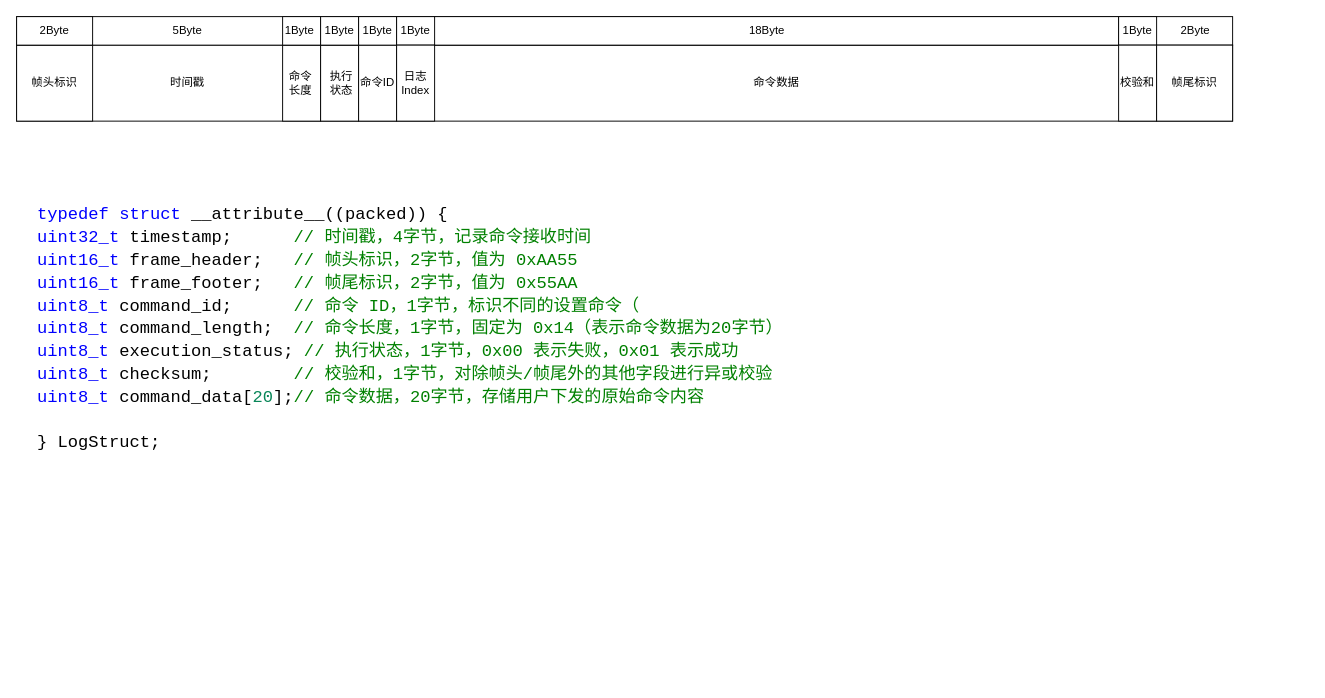
The draw.io diagram page "第 3 页" (3 of 11) of 未命名绘图1.drawio in WHUT-LHT/hello-world, before the edit. Source tidied: cells renumbered, new cells numbered last; positions are measured from the earlier drawing's top-left corner, leaving out a move shared by most shapes. Both pictures are drawn from the tidied source at 95%, with x=0, y=0 at pixel (16, 16).
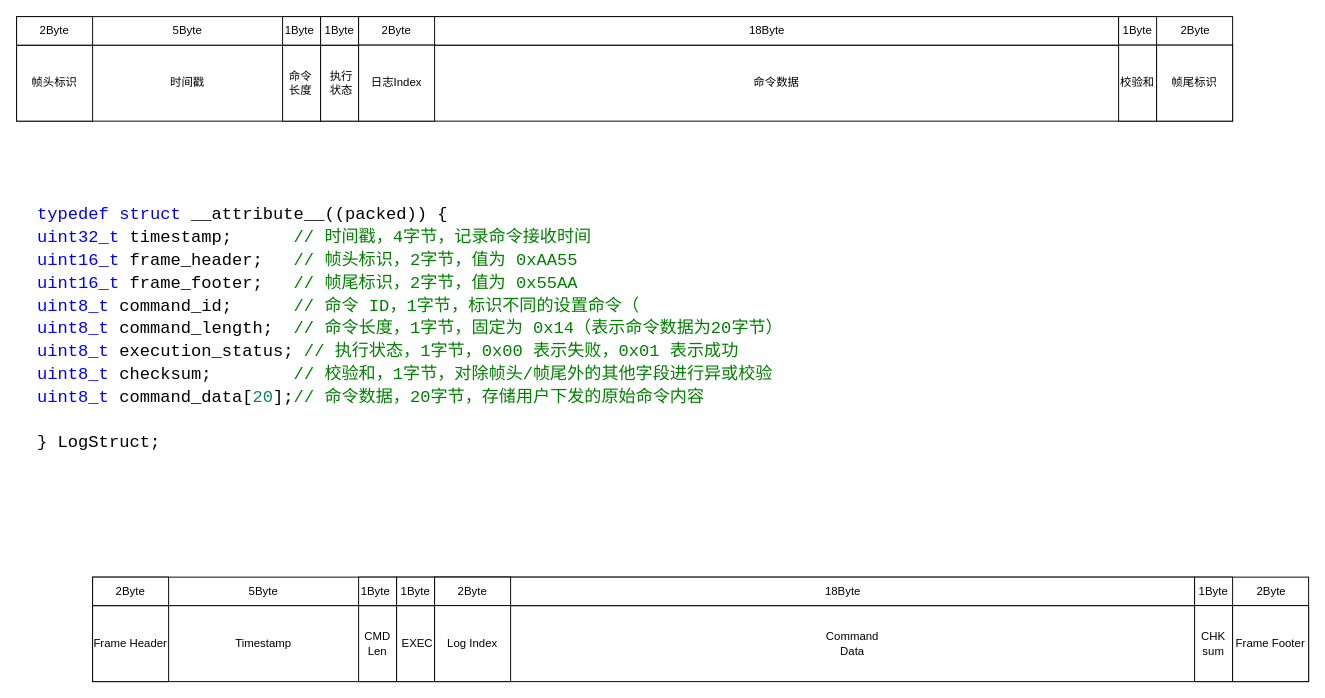
After the change.

What changed in the source:
```diff
@@
-    <mxCell id="21" value="命令ID" style="rounded=0;whiteSpace=wrap;html=1;" parent="1" vertex="1">
-      <mxGeometry x="360" y="30" width="40" height="80" as="geometry" />
-    </mxCell>
     <mxCell id="22" style="rounded=0;whiteSpace=wrap;html=1;" parent="1" vertex="1">
-      <mxGeometry x="360" width="40" height="30" as="geometry" />
+      <mxGeometry x="360" width="80" height="30" as="geometry" />
     </mxCell>
-    <mxCell id="23" value="1Byte" style="text;html=1;align=center;verticalAlign=middle;whiteSpace=wrap;rounded=0;" parent="1" vertex="1">
-      <mxGeometry x="350" width="60" height="30" as="geometry" />
+    <mxCell id="23" value="2Byte" style="text;html=1;align=center;verticalAlign=middle;whiteSpace=wrap;rounded=0;" parent="1" vertex="1">
+      <mxGeometry x="355" width="90" height="30" as="geometry" />
     </mxCell>
@@
-    <mxCell id="25" style="rounded=0;whiteSpace=wrap;html=1;" parent="1" vertex="1">
-      <mxGeometry x="400" width="40" height="30" as="geometry" />
-    </mxCell>
-    <mxCell id="26" value="1Byte" style="text;html=1;align=center;verticalAlign=middle;whiteSpace=wrap;rounded=0;" parent="1" vertex="1">
-      <mxGeometry x="390" width="60" height="30" as="geometry" />
-    </mxCell>
-    <mxCell id="27" value="日志Index" style="rounded=0;whiteSpace=wrap;html=1;" parent="1" vertex="1">
-      <mxGeometry x="400" y="30" width="40" height="80" as="geometry" />
-    </mxCell>
@@
+    <mxCell id="27" value="日志Index" style="rounded=0;whiteSpace=wrap;html=1;" parent="1" vertex="1">
+      <mxGeometry x="360" y="30" width="80" height="80" as="geometry" />
+    </mxCell>
+    <mxCell id="31" style="rounded=0;whiteSpace=wrap;html=1;" parent="1" vertex="1">
+      <mxGeometry x="80" y="620" width="1280" height="80" as="geometry" />
+    </mxCell>
+    <mxCell id="32" value="Command Data" style="text;html=1;align=center;verticalAlign=middle;whiteSpace=wrap;rounded=0;" parent="1" vertex="1">
+      <mxGeometry x="850" y="645" width="60" height="30" as="geometry" />
+    </mxCell>
+    <mxCell id="33" value="Frame Header" style="rounded=0;whiteSpace=wrap;html=1;" parent="1" vertex="1">
+      <mxGeometry x="80" y="620" width="80" height="80" as="geometry" />
+    </mxCell>
+    <mxCell id="34" value="Timestamp" style="text;html=1;align=center;verticalAlign=middle;whiteSpace=wrap;rounded=0;" parent="1" vertex="1">
+      <mxGeometry x="230" y="645" width="60" height="30" as="geometry" />
+    </mxCell>
+    <mxCell id="35" style="rounded=0;whiteSpace=wrap;html=1;" parent="1" vertex="1">
+      <mxGeometry x="360" y="620" width="40" height="80" as="geometry" />
+    </mxCell>
+    <mxCell id="36" style="rounded=0;whiteSpace=wrap;html=1;" parent="1" vertex="1">
+      <mxGeometry x="400" y="620" width="40" height="80" as="geometry" />
+    </mxCell>
+    <mxCell id="37" value="CMD&lt;br&gt;Len" style="text;html=1;align=center;verticalAlign=middle;whiteSpace=wrap;rounded=0;" parent="1" vertex="1">
+      <mxGeometry x="366.2" y="627.5" width="27.5" height="65" as="geometry" />
+    </mxCell>
+    <mxCell id="38" value="EXEC" style="text;html=1;align=center;verticalAlign=middle;whiteSpace=wrap;rounded=0;" parent="1" vertex="1">
+      <mxGeometry x="407.5" y="645" width="27.5" height="30" as="geometry" />
+    </mxCell>
+    <mxCell id="39" style="rounded=0;whiteSpace=wrap;html=1;" parent="1" vertex="1">
+      <mxGeometry x="80" y="590" width="1280" height="30" as="geometry" />
+    </mxCell>
+    <mxCell id="40" style="rounded=0;whiteSpace=wrap;html=1;" parent="1" vertex="1">
+      <mxGeometry x="80" y="590" width="80" height="30" as="geometry" />
+    </mxCell>
+    <mxCell id="41" style="rounded=0;whiteSpace=wrap;html=1;" parent="1" vertex="1">
+      <mxGeometry x="360" y="590" width="40" height="30" as="geometry" />
+    </mxCell>
+    <mxCell id="42" style="rounded=0;whiteSpace=wrap;html=1;" parent="1" vertex="1">
+      <mxGeometry x="400" y="590" width="40" height="30" as="geometry" />
+    </mxCell>
+    <mxCell id="43" style="rounded=0;whiteSpace=wrap;html=1;" parent="1" vertex="1">
+      <mxGeometry x="440" y="590" width="800" height="30" as="geometry" />
+    </mxCell>
+    <mxCell id="44" value="2Byte" style="text;html=1;align=center;verticalAlign=middle;whiteSpace=wrap;rounded=0;" parent="1" vertex="1">
+      <mxGeometry x="90" y="590" width="60" height="30" as="geometry" />
+    </mxCell>
+    <mxCell id="45" value="5Byte" style="text;html=1;align=center;verticalAlign=middle;whiteSpace=wrap;rounded=0;" parent="1" vertex="1">
+      <mxGeometry x="230" y="590" width="60" height="30" as="geometry" />
+    </mxCell>
+    <mxCell id="46" value="1Byte" style="text;html=1;align=center;verticalAlign=middle;whiteSpace=wrap;rounded=0;" parent="1" vertex="1">
+      <mxGeometry x="347.5" y="590" width="60" height="30" as="geometry" />
+    </mxCell>
+    <mxCell id="47" value="1Byte" style="text;html=1;align=center;verticalAlign=middle;whiteSpace=wrap;rounded=0;" parent="1" vertex="1">
+      <mxGeometry x="390" y="590" width="60" height="30" as="geometry" />
+    </mxCell>
+    <mxCell id="48" value="18Byte" style="text;html=1;align=center;verticalAlign=middle;whiteSpace=wrap;rounded=0;" parent="1" vertex="1">
+      <mxGeometry x="840" y="590" width="60" height="30" as="geometry" />
+    </mxCell>
+    <mxCell id="49" value="2Byte" style="text;html=1;align=center;verticalAlign=middle;whiteSpace=wrap;rounded=0;" parent="1" vertex="1">
+      <mxGeometry x="1291" y="590" width="60" height="30" as="geometry" />
+    </mxCell>
+    <mxCell id="50" style="rounded=0;whiteSpace=wrap;html=1;" parent="1" vertex="1">
+      <mxGeometry x="440" y="590" width="80" height="30" as="geometry" />
+    </mxCell>
+    <mxCell id="51" value="2Byte" style="text;html=1;align=center;verticalAlign=middle;whiteSpace=wrap;rounded=0;" parent="1" vertex="1">
+      <mxGeometry x="435" y="590" width="90" height="30" as="geometry" />
+    </mxCell>
+    <mxCell id="52" value="1Byte" style="rounded=0;whiteSpace=wrap;html=1;" parent="1" vertex="1">
+      <mxGeometry x="1240" y="590" width="40" height="30" as="geometry" />
+    </mxCell>
+    <mxCell id="53" value="CHK&lt;br&gt;sum" style="rounded=0;whiteSpace=wrap;html=1;" parent="1" vertex="1">
+      <mxGeometry x="1240" y="620" width="40" height="80" as="geometry" />
+    </mxCell>
+    <mxCell id="54" value="Frame Footer" style="rounded=0;whiteSpace=wrap;html=1;" parent="1" vertex="1">
+      <mxGeometry x="1280" y="620" width="80" height="80" as="geometry" />
+    </mxCell>
+    <mxCell id="55" value="Log Index" style="rounded=0;whiteSpace=wrap;html=1;" parent="1" vertex="1">
+      <mxGeometry x="440" y="620" width="80" height="80" as="geometry" />
+    </mxCell>
```
